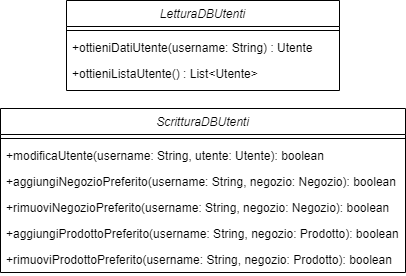
This is UML/DCLetturaScritturaDBUtenti.png from G15-UniTN/iSpesa, a draw.io export, as it was before one commit. Source tidied: cells renumbered, new cells last; positions are measured from the earlier drawing's top-left corner, leaving out a move shared by most shapes.
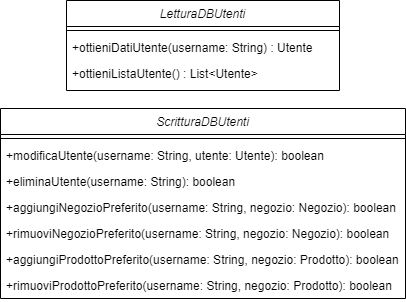
Above is the later version.

Diff of the diagram source:
```diff
@@ -3,7 +3,7 @@
     <mxCell id="0" />
     <mxCell id="1" parent="0" />
     <mxCell id="2" value="ScritturaDBUtenti" style="swimlane;fontStyle=2;align=center;verticalAlign=top;horizontal=1;startSize=26;rounded=0;shadow=0;strokeWidth=1;" parent="1" vertex="1">
-      <mxGeometry y="108" width="405" height="164" as="geometry" />
+      <mxGeometry y="108" width="405" height="190" as="geometry" />
     </mxCell>
     <mxCell id="3" style="line;html=1;strokeWidth=1;align=left;verticalAlign=middle;spacingTop=-1;spacingLeft=3;spacingRight=3;labelPosition=right;" parent="2" vertex="1">
       <mxGeometry y="26" width="405" height="8" as="geometry" />
@@ -11,17 +11,20 @@
     <mxCell id="4" value="+modificaUtente(username: String, utente: Utente): boolean" style="text;align=left;verticalAlign=top;spacingLeft=4;spacingRight=4;overflow=hidden;" parent="2" vertex="1">
       <mxGeometry y="34" width="405" height="26" as="geometry" />
     </mxCell>
+    <mxCell id="13" value="+eliminaUtente(username: String): boolean" style="text;align=left;verticalAlign=top;spacingLeft=4;spacingRight=4;overflow=hidden;" parent="2" vertex="1">
+      <mxGeometry y="60" width="405" height="26" as="geometry" />
+    </mxCell>
     <mxCell id="5" value="+aggiungiNegozioPreferito(username: String, negozio: Negozio): boolean" style="text;align=left;verticalAlign=top;spacingLeft=4;spacingRight=4;overflow=hidden;" parent="2" vertex="1">
-      <mxGeometry y="60" width="405" height="26" as="geometry" />
+      <mxGeometry y="86" width="405" height="26" as="geometry" />
     </mxCell>
     <mxCell id="6" value="+rimuoviNegozioPreferito(username: String, negozio: Negozio): boolean" style="text;align=left;verticalAlign=top;spacingLeft=4;spacingRight=4;overflow=hidden;" parent="2" vertex="1">
-      <mxGeometry y="86" width="405" height="26" as="geometry" />
+      <mxGeometry y="112" width="405" height="26" as="geometry" />
     </mxCell>
     <mxCell id="7" value="+aggiungiProdottoPreferito(username: String, negozio: Prodotto): boolean" style="text;align=left;verticalAlign=top;spacingLeft=4;spacingRight=4;overflow=hidden;" parent="2" vertex="1">
-      <mxGeometry y="112" width="405" height="26" as="geometry" />
+      <mxGeometry y="138" width="405" height="26" as="geometry" />
     </mxCell>
     <mxCell id="8" value="+rimuoviProdottoPreferito(username: String, negozio: Prodotto): boolean" style="text;align=left;verticalAlign=top;spacingLeft=4;spacingRight=4;overflow=hidden;" parent="2" vertex="1">
-      <mxGeometry y="138" width="405" height="26" as="geometry" />
+      <mxGeometry y="164" width="405" height="26" as="geometry" />
     </mxCell>
     <mxCell id="9" value="LetturaDBUtenti" style="swimlane;fontStyle=2;align=center;verticalAlign=top;horizontal=1;startSize=26;rounded=0;shadow=0;strokeWidth=1;" parent="1" vertex="1">
       <mxGeometry x="66" width="273" height="90" as="geometry" />
```
